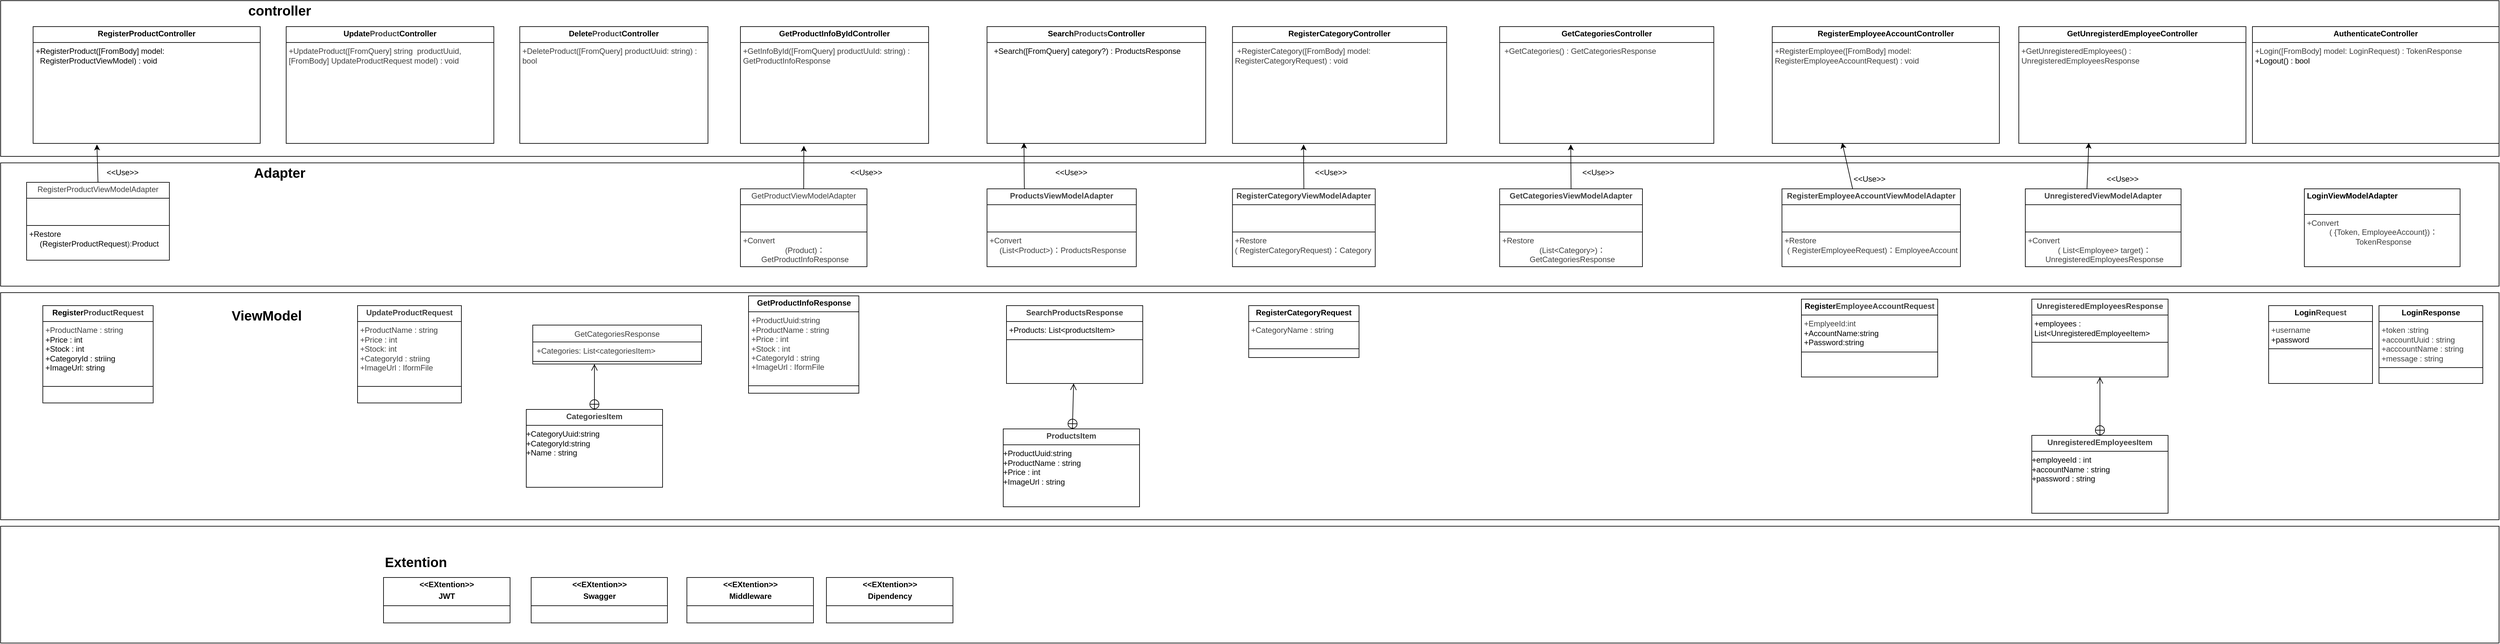
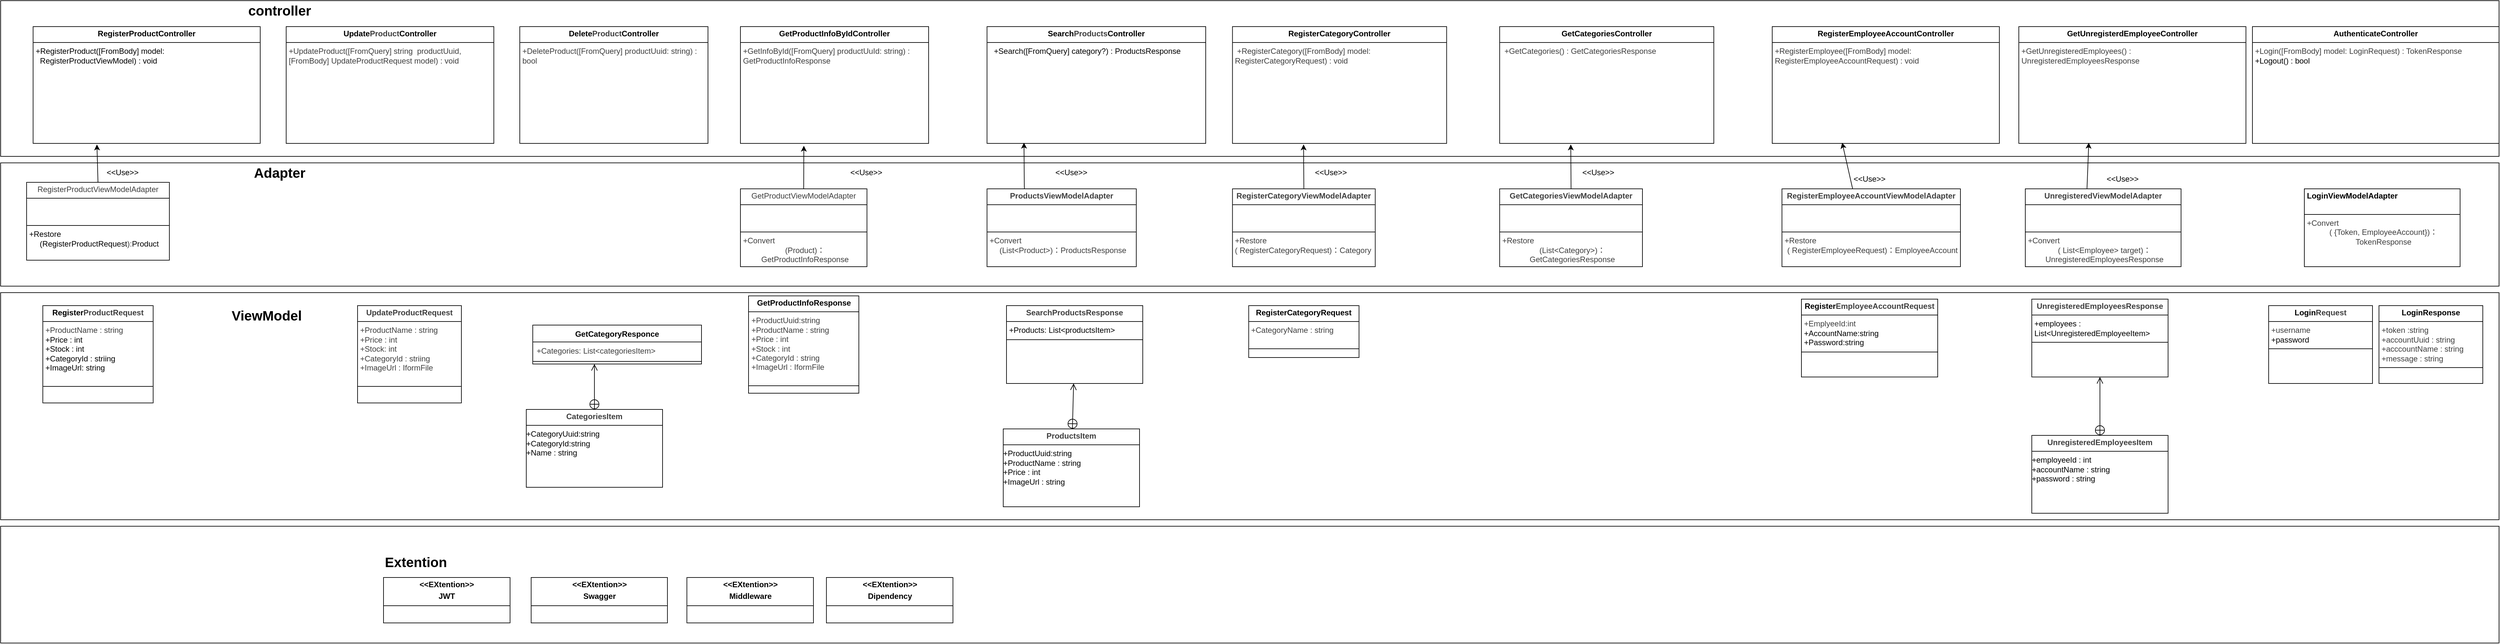
<mxfile host="65bd71144e">
    <diagram id="EApjV0AEF5bl3lN2ML2e" name="ページ1">
-         <mxGraphModel dx="2278" dy="413" grid="1" gridSize="10" guides="1" tooltips="1" connect="1" arrows="1" fold="1" page="1" pageScale="1" pageWidth="827" pageHeight="1169" math="0" shadow="0">
+         <mxGraphModel dx="2854" dy="794" grid="1" gridSize="10" guides="1" tooltips="1" connect="1" arrows="1" fold="1" page="1" pageScale="1" pageWidth="827" pageHeight="1169" math="0" shadow="0">
            <root>
                <mxCell id="0"/>
                <mxCell id="1" parent="0"/>
                <mxCell id="115" value="" style="rounded=0;whiteSpace=wrap;html=1;" parent="1" vertex="1">
                    <mxGeometry x="-1030" y="1640" width="3850" height="180" as="geometry"/>
                </mxCell>
                <mxCell id="110" value="" style="rounded=0;whiteSpace=wrap;html=1;" parent="1" vertex="1">
                    <mxGeometry x="-1030" y="1280" width="3850" height="350" as="geometry"/>
                </mxCell>
                <mxCell id="108" value="" style="rounded=0;whiteSpace=wrap;html=1;" parent="1" vertex="1">
                    <mxGeometry x="-1030" y="830" width="3850" height="240" as="geometry"/>
                </mxCell>
                <mxCell id="66" value="" style="rounded=0;whiteSpace=wrap;html=1;" parent="1" vertex="1">
                    <mxGeometry x="-1030" y="1080" width="3850" height="190" as="geometry"/>
                </mxCell>
                <mxCell id="2" value="&lt;p style=&quot;margin:0px;margin-top:4px;text-align:center;&quot;&gt;&lt;b&gt;RegisterProductController&lt;/b&gt;&lt;/p&gt;&lt;hr size=&quot;1&quot; style=&quot;border-style:solid;&quot;&gt;&lt;p style=&quot;margin:0px;margin-left:4px;&quot;&gt;+RegisterProduct([FromBody] model:&amp;nbsp; &amp;nbsp;&amp;nbsp;&lt;/p&gt;&lt;p style=&quot;margin:0px;margin-left:4px;&quot;&gt;&amp;nbsp; RegisterProductViewModel) : void&lt;/p&gt;&lt;div&gt;&lt;br&gt;&lt;/div&gt;" style="verticalAlign=top;align=left;overflow=fill;html=1;whiteSpace=wrap;" parent="1" vertex="1">
                    <mxGeometry x="-980" y="870" width="350" height="180" as="geometry"/>
                </mxCell>
                <mxCell id="3" value="&lt;p style=&quot;margin:0px;margin-top:4px;text-align:center;&quot;&gt;&lt;b&gt;Register&lt;span style=&quot;color: rgb(63, 63, 63);&quot;&gt;ProductRequest&lt;/span&gt;&lt;/b&gt;&lt;/p&gt;&lt;hr size=&quot;1&quot; style=&quot;border-style:solid;&quot;&gt;&lt;p style=&quot;margin:0px;margin-left:4px;&quot;&gt;&lt;span style=&quot;color: rgb(63, 63, 63); background-color: transparent;&quot;&gt;+ProductName : string&lt;/span&gt;&lt;/p&gt;&lt;p style=&quot;margin:0px;margin-left:4px;&quot;&gt;+Price : int&lt;/p&gt;&lt;p style=&quot;margin:0px;margin-left:4px;&quot;&gt;+Stock : int&lt;/p&gt;&lt;p style=&quot;margin:0px;margin-left:4px;&quot;&gt;+CategoryId : striing&lt;/p&gt;&lt;p style=&quot;margin:0px;margin-left:4px;&quot;&gt;+ImageUrl: string&lt;/p&gt;&lt;p style=&quot;margin:0px;margin-left:4px;&quot;&gt;&lt;br&gt;&lt;/p&gt;&lt;hr size=&quot;1&quot; style=&quot;border-style:solid;&quot;&gt;&lt;p style=&quot;margin:0px;margin-left:4px;&quot;&gt;&lt;br&gt;&lt;/p&gt;" style="verticalAlign=top;align=left;overflow=fill;html=1;whiteSpace=wrap;" parent="1" vertex="1">
                    <mxGeometry x="-965" y="1300" width="170" height="150" as="geometry"/>
                </mxCell>
                <mxCell id="4" value="&lt;p style=&quot;margin:0px;margin-top:4px;text-align:center;&quot;&gt;&lt;span style=&quot;color: rgb(63, 63, 63); background-color: transparent;&quot;&gt;Register&lt;span style=&quot;color: rgb(63, 63, 63); scrollbar-color: rgb(226, 226, 226) rgb(251, 251, 251);&quot;&gt;Product&lt;/span&gt;ViewModelAdapter&lt;/span&gt;&lt;/p&gt;&lt;hr size=&quot;1&quot; style=&quot;border-style:solid;&quot;&gt;&lt;p style=&quot;margin:0px;margin-left:4px;&quot;&gt;&lt;br&gt;&lt;/p&gt;&lt;p style=&quot;margin:0px;margin-left:4px;&quot;&gt;&lt;br&gt;&lt;/p&gt;&lt;hr size=&quot;1&quot; style=&quot;border-style:solid;&quot;&gt;&lt;p style=&quot;margin:0px;margin-left:4px;&quot;&gt;+Restore&lt;/p&gt;&lt;p style=&quot;text-align: center; margin: 0px 0px 0px 4px;&quot;&gt;&lt;span style=&quot;background-color: transparent;&quot;&gt;(RegisterProductRequest&lt;/span&gt;&lt;span style=&quot;background-color: transparent; color: rgb(63, 63, 63);&quot;&gt;):&lt;/span&gt;&lt;span style=&quot;background-color: transparent;&quot;&gt;Product&lt;/span&gt;&lt;/p&gt;" style="verticalAlign=top;align=left;overflow=fill;html=1;whiteSpace=wrap;" parent="1" vertex="1">
                    <mxGeometry x="-990" y="1110" width="220" height="120" as="geometry"/>
                </mxCell>
                <mxCell id="5" value="&lt;p style=&quot;margin:0px;margin-top:4px;text-align:center;&quot;&gt;&lt;b&gt;Update&lt;/b&gt;&lt;b style=&quot;color: rgb(63, 63, 63); scrollbar-color: rgb(226, 226, 226) rgb(251, 251, 251);&quot;&gt;Product&lt;/b&gt;&lt;b&gt;Controller&lt;/b&gt;&lt;/p&gt;&lt;hr size=&quot;1&quot; style=&quot;border-style:solid;&quot;&gt;&lt;p style=&quot;margin:0px;margin-left:4px;&quot;&gt;&lt;/p&gt;&lt;p style=&quot;margin:0px;margin-left:4px;&quot;&gt;&lt;span style=&quot;color: rgb(63, 63, 63); background-color: transparent;&quot;&gt;+UpdateProduct([FromQuery] string&amp;nbsp; productUuid,&amp;nbsp; [FromBody] UpdateProductRequest model) : void&lt;/span&gt;&lt;/p&gt;" style="verticalAlign=top;align=left;overflow=fill;html=1;whiteSpace=wrap;" parent="1" vertex="1">
                    <mxGeometry x="-590" y="870" width="320" height="180" as="geometry"/>
                </mxCell>
                <mxCell id="6" value="&lt;p style=&quot;margin:0px;margin-top:4px;text-align:center;&quot;&gt;&lt;b&gt;Delete&lt;/b&gt;&lt;b style=&quot;color: rgb(63, 63, 63); scrollbar-color: rgb(226, 226, 226) rgb(251, 251, 251);&quot;&gt;Product&lt;/b&gt;&lt;b&gt;Controller&lt;/b&gt;&lt;/p&gt;&lt;hr size=&quot;1&quot; style=&quot;border-style:solid;&quot;&gt;&lt;p style=&quot;color: rgb(63, 63, 63); scrollbar-color: rgb(226, 226, 226) rgb(251, 251, 251); margin: 0px 0px 0px 4px;&quot;&gt;&lt;span style=&quot;background-color: transparent;&quot;&gt;+DeleteProduct([FromQuery] productUuid: string) : bool&lt;/span&gt;&lt;/p&gt;" style="verticalAlign=top;align=left;overflow=fill;html=1;whiteSpace=wrap;" parent="1" vertex="1">
                    <mxGeometry x="-230" y="870" width="290" height="180" as="geometry"/>
                </mxCell>
                <mxCell id="7" value="&lt;p style=&quot;margin:0px;margin-top:4px;text-align:center;&quot;&gt;&lt;b&gt;Search&lt;/b&gt;&lt;b style=&quot;color: rgb(63, 63, 63); scrollbar-color: rgb(226, 226, 226) rgb(251, 251, 251);&quot;&gt;Products&lt;/b&gt;&lt;b&gt;Controller&lt;/b&gt;&lt;/p&gt;&lt;hr size=&quot;1&quot; style=&quot;border-style:solid;&quot;&gt;&lt;p style=&quot;margin:0px;margin-left:4px;&quot;&gt;&amp;nbsp; +Search([FromQuery] category?) : ProductsResponse&lt;/p&gt;" style="verticalAlign=top;align=left;overflow=fill;html=1;whiteSpace=wrap;" parent="1" vertex="1">
                    <mxGeometry x="490" y="870" width="337" height="180" as="geometry"/>
                </mxCell>
                <mxCell id="8" value="&lt;p style=&quot;margin:0px;margin-top:4px;text-align:center;&quot;&gt;&lt;b&gt;RegisterEmployeeAccountController&lt;/b&gt;&lt;/p&gt;&lt;hr size=&quot;1&quot; style=&quot;border-style:solid;&quot;&gt;&lt;p style=&quot;margin:0px;margin-left:4px;&quot;&gt;&lt;span style=&quot;color: rgb(63, 63, 63); background-color: transparent;&quot;&gt;+RegisterEmployee([FromBody] model: RegisterEmployeeAccountRequest) : void&lt;/span&gt;&lt;/p&gt;&lt;div&gt;&lt;br&gt;&lt;/div&gt;" style="verticalAlign=top;align=left;overflow=fill;html=1;whiteSpace=wrap;" parent="1" vertex="1">
                    <mxGeometry x="1700" y="870" width="350" height="180" as="geometry"/>
                </mxCell>
                <mxCell id="9" value="&lt;p style=&quot;margin:0px;margin-top:4px;text-align:center;&quot;&gt;&lt;b&gt;AuthenticateController&lt;/b&gt;&lt;/p&gt;&lt;hr size=&quot;1&quot; style=&quot;border-style:solid;&quot;&gt;&lt;p style=&quot;margin:0px;margin-left:4px;&quot;&gt;&lt;span style=&quot;color: rgb(63, 63, 63); background-color: transparent;&quot;&gt;+Login([FromBody] model: LoginRequest) : TokenResponse&amp;nbsp;&lt;/span&gt;&lt;/p&gt;&lt;p style=&quot;margin:0px;margin-left:4px;&quot;&gt;+Logout() : bool&lt;/p&gt;" style="verticalAlign=top;align=left;overflow=fill;html=1;whiteSpace=wrap;" parent="1" vertex="1">
                    <mxGeometry x="2440" y="870" width="380" height="180" as="geometry"/>
                </mxCell>
                <mxCell id="10" value="&lt;p style=&quot;margin:0px;margin-top:4px;text-align:center;&quot;&gt;&lt;b&gt;&lt;span style=&quot;background-color: transparent; color: rgb(63, 63, 63); scrollbar-color: rgb(226, 226, 226) rgb(251, 251, 251);&quot;&gt;Update&lt;/span&gt;&lt;span style=&quot;color: rgb(63, 63, 63);&quot;&gt;ProductRequest&lt;/span&gt;&lt;/b&gt;&lt;/p&gt;&lt;hr size=&quot;1&quot; style=&quot;border-style:solid;&quot;&gt;&lt;p style=&quot;color: rgb(63, 63, 63); scrollbar-color: rgb(226, 226, 226) rgb(251, 251, 251); margin: 0px 0px 0px 4px;&quot;&gt;&lt;span style=&quot;scrollbar-color: rgb(226, 226, 226) rgb(251, 251, 251); background-color: transparent; color: rgb(63, 63, 63);&quot;&gt;+ProductName : string&lt;/span&gt;&lt;/p&gt;&lt;p style=&quot;color: rgb(63, 63, 63); scrollbar-color: rgb(226, 226, 226) rgb(251, 251, 251); margin: 0px 0px 0px 4px;&quot;&gt;+Price : int&lt;/p&gt;&lt;p style=&quot;color: rgb(63, 63, 63); scrollbar-color: rgb(226, 226, 226) rgb(251, 251, 251); margin: 0px 0px 0px 4px;&quot;&gt;+Stock: int&lt;/p&gt;&lt;p style=&quot;color: rgb(63, 63, 63); scrollbar-color: rgb(226, 226, 226) rgb(251, 251, 251); margin: 0px 0px 0px 4px;&quot;&gt;+CategoryId : striing&lt;/p&gt;&lt;p style=&quot;color: rgb(63, 63, 63); scrollbar-color: rgb(226, 226, 226) rgb(251, 251, 251); margin: 0px 0px 0px 4px;&quot;&gt;+ImageUrl : IformFile&lt;/p&gt;&lt;p style=&quot;color: rgb(63, 63, 63); scrollbar-color: rgb(226, 226, 226) rgb(251, 251, 251); margin: 0px 0px 0px 4px;&quot;&gt;&lt;br style=&quot;color: rgb(63, 63, 63); scrollbar-color: rgb(226, 226, 226) rgb(251, 251, 251);&quot;&gt;&lt;/p&gt;&lt;hr size=&quot;1&quot; style=&quot;border-style:solid;&quot;&gt;&lt;p style=&quot;margin:0px;margin-left:4px;&quot;&gt;&lt;br&gt;&lt;/p&gt;" style="verticalAlign=top;align=left;overflow=fill;html=1;whiteSpace=wrap;" parent="1" vertex="1">
                    <mxGeometry x="-480" y="1300" width="160" height="150" as="geometry"/>
                </mxCell>
                <mxCell id="12" value="&lt;p style=&quot;margin:0px;margin-top:4px;text-align:center;&quot;&gt;&lt;b&gt;Register&lt;/b&gt;&lt;b style=&quot;scrollbar-color: rgb(226, 226, 226) rgb(251, 251, 251); background-color: transparent; color: rgb(63, 63, 63);&quot;&gt;EmployeeAccountRequest&lt;/b&gt;&lt;/p&gt;&lt;hr size=&quot;1&quot; style=&quot;border-style:solid;&quot;&gt;&lt;p style=&quot;margin:0px;margin-left:4px;&quot;&gt;&lt;span style=&quot;color: rgb(63, 63, 63); background-color: transparent;&quot;&gt;+EmplyeeId:int&lt;/span&gt;&lt;/p&gt;&lt;p style=&quot;margin:0px;margin-left:4px;&quot;&gt;+AccountName:string&lt;/p&gt;&lt;p style=&quot;margin:0px;margin-left:4px;&quot;&gt;+Password:string&lt;/p&gt;&lt;hr size=&quot;1&quot; style=&quot;border-style:solid;&quot;&gt;&lt;p style=&quot;margin:0px;margin-left:4px;&quot;&gt;&lt;br&gt;&lt;/p&gt;" style="verticalAlign=top;align=left;overflow=fill;html=1;whiteSpace=wrap;" parent="1" vertex="1">
                    <mxGeometry x="1745" y="1290" width="210" height="120" as="geometry"/>
                </mxCell>
                <mxCell id="13" value="&lt;p style=&quot;margin:0px;margin-top:4px;text-align:center;&quot;&gt;&lt;b style=&quot;color: rgb(63, 63, 63); background-color: transparent;&quot;&gt;Register&lt;span style=&quot;color: rgb(63, 63, 63);&quot;&gt;EmployeeAccount&lt;/span&gt;ViewModelAdapter&lt;/b&gt;&lt;/p&gt;&lt;hr size=&quot;1&quot; style=&quot;border-style:solid;&quot;&gt;&lt;p style=&quot;margin:0px;margin-left:4px;&quot;&gt;&lt;br&gt;&lt;/p&gt;&lt;p style=&quot;margin:0px;margin-left:4px;&quot;&gt;&lt;br&gt;&lt;/p&gt;&lt;hr size=&quot;1&quot; style=&quot;border-style:solid;&quot;&gt;&lt;p style=&quot;margin:0px;margin-left:4px;&quot;&gt;&lt;span style=&quot;color: rgb(63, 63, 63); scrollbar-color: rgb(226, 226, 226) rgb(251, 251, 251); background-color: transparent;&quot;&gt;+Restore&lt;/span&gt;&lt;/p&gt;&lt;p style=&quot;text-align: center; margin: 0px 0px 0px 4px;&quot;&gt;&lt;span style=&quot;color: rgb(63, 63, 63); scrollbar-color: rgb(226, 226, 226) rgb(251, 251, 251); background-color: transparent;&quot;&gt;(&lt;/span&gt;&lt;span style=&quot;scrollbar-color: rgb(226, 226, 226) rgb(251, 251, 251); background-color: transparent; text-align: center; color: rgb(63, 63, 63);&quot;&gt;&amp;nbsp;RegisterEmployeeRequest&lt;/span&gt;&lt;span style=&quot;background-color: transparent; scrollbar-color: rgb(226, 226, 226) rgb(251, 251, 251); color: rgb(63, 63, 63);&quot;&gt;)&lt;/span&gt;&lt;span style=&quot;background-color: transparent; color: rgb(63, 63, 63);&quot;&gt;：EmployeeAccount&lt;/span&gt;&lt;/p&gt;" style="verticalAlign=top;align=left;overflow=fill;html=1;whiteSpace=wrap;" parent="1" vertex="1">
                    <mxGeometry x="1715" y="1120" width="275" height="120" as="geometry"/>
                </mxCell>
                <mxCell id="16" value="&lt;p style=&quot;margin:0px;margin-top:4px;text-align:center;&quot;&gt;&lt;b&gt;Login&lt;span style=&quot;color: rgb(63, 63, 63);&quot;&gt;Request&lt;/span&gt;&lt;/b&gt;&lt;/p&gt;&lt;hr size=&quot;1&quot; style=&quot;border-style:solid;&quot;&gt;&lt;p style=&quot;margin:0px;margin-left:4px;&quot;&gt;&lt;span style=&quot;color: rgb(63, 63, 63); background-color: transparent;&quot;&gt;+username&lt;/span&gt;&lt;/p&gt;&lt;p style=&quot;margin:0px;margin-left:4px;&quot;&gt;+password&lt;/p&gt;&lt;hr size=&quot;1&quot; style=&quot;border-style:solid;&quot;&gt;&lt;p style=&quot;margin:0px;margin-left:4px;&quot;&gt;&lt;br&gt;&lt;/p&gt;" style="verticalAlign=top;align=left;overflow=fill;html=1;whiteSpace=wrap;" parent="1" vertex="1">
                    <mxGeometry x="2465" y="1300" width="160" height="120" as="geometry"/>
                </mxCell>
                <mxCell id="17" value="&lt;p style=&quot;margin:0px;margin-top:4px;text-align:center;&quot;&gt;&lt;b&gt;LoginResponse&lt;/b&gt;&lt;/p&gt;&lt;hr size=&quot;1&quot; style=&quot;border-style:solid;&quot;&gt;&lt;p style=&quot;margin:0px;margin-left:4px;&quot;&gt;&lt;span style=&quot;color: rgb(63, 63, 63); background-color: transparent;&quot;&gt;+token :string&lt;/span&gt;&lt;/p&gt;&lt;p style=&quot;margin:0px;margin-left:4px;&quot;&gt;&lt;span style=&quot;color: rgb(63, 63, 63); background-color: transparent;&quot;&gt;+accountUuid : string&lt;/span&gt;&lt;/p&gt;&lt;p style=&quot;margin:0px;margin-left:4px;&quot;&gt;&lt;span style=&quot;color: rgb(63, 63, 63); background-color: transparent;&quot;&gt;+acccountName : string&lt;/span&gt;&lt;/p&gt;&lt;p style=&quot;margin:0px;margin-left:4px;&quot;&gt;&lt;span style=&quot;color: rgb(63, 63, 63); background-color: transparent;&quot;&gt;+message : string&lt;/span&gt;&lt;/p&gt;&lt;hr size=&quot;1&quot; style=&quot;border-style:solid;&quot;&gt;&lt;p style=&quot;margin:0px;margin-left:4px;&quot;&gt;&lt;br&gt;&lt;/p&gt;" style="verticalAlign=top;align=left;overflow=fill;html=1;whiteSpace=wrap;" parent="1" vertex="1">
                    <mxGeometry x="2635" y="1300" width="160" height="120" as="geometry"/>
                </mxCell>
                <mxCell id="18" value="&lt;p style=&quot;margin:0px;margin-top:4px;text-align:center;&quot;&gt;&lt;b&gt;&amp;lt;&amp;lt;EXtention&amp;gt;&amp;gt;&lt;/b&gt;&lt;/p&gt;&lt;p style=&quot;margin:0px;margin-top:4px;text-align:center;&quot;&gt;&lt;b&gt;JWT&lt;/b&gt;&lt;/p&gt;&lt;hr size=&quot;1&quot; style=&quot;border-style:solid;&quot;&gt;&lt;p style=&quot;margin:0px;margin-left:4px;&quot;&gt;&lt;br&gt;&lt;/p&gt;&lt;p style=&quot;margin:0px;margin-left:4px;&quot;&gt;&lt;br&gt;&lt;/p&gt;&lt;hr size=&quot;1&quot; style=&quot;border-style:solid;&quot;&gt;&lt;p style=&quot;margin:0px;margin-left:4px;&quot;&gt;&lt;br&gt;&lt;/p&gt;&lt;p style=&quot;margin:0px;margin-left:4px;&quot;&gt;&lt;br&gt;&lt;/p&gt;" style="verticalAlign=top;align=left;overflow=fill;html=1;whiteSpace=wrap;" parent="1" vertex="1">
                    <mxGeometry x="-440" y="1719" width="195" height="70" as="geometry"/>
                </mxCell>
                <mxCell id="19" value="&lt;p style=&quot;margin:0px;margin-top:4px;text-align:center;&quot;&gt;&lt;b&gt;&amp;lt;&amp;lt;EXtention&amp;gt;&amp;gt;&lt;/b&gt;&lt;/p&gt;&lt;p style=&quot;margin:0px;margin-top:4px;text-align:center;&quot;&gt;&lt;b&gt;Swagger&lt;/b&gt;&lt;/p&gt;&lt;hr size=&quot;1&quot; style=&quot;border-style:solid;&quot;&gt;&lt;p style=&quot;margin:0px;margin-left:4px;&quot;&gt;&lt;br&gt;&lt;/p&gt;&lt;p style=&quot;margin:0px;margin-left:4px;&quot;&gt;&lt;br&gt;&lt;/p&gt;&lt;hr size=&quot;1&quot; style=&quot;border-style:solid;&quot;&gt;&lt;p style=&quot;margin:0px;margin-left:4px;&quot;&gt;&lt;br&gt;&lt;/p&gt;" style="verticalAlign=top;align=left;overflow=fill;html=1;whiteSpace=wrap;" parent="1" vertex="1">
                    <mxGeometry x="-212.5" y="1719" width="210" height="70" as="geometry"/>
                </mxCell>
                <mxCell id="20" value="&lt;p style=&quot;margin:0px;margin-top:4px;text-align:center;&quot;&gt;&lt;b&gt;&amp;lt;&amp;lt;EXtention&amp;gt;&amp;gt;&lt;/b&gt;&lt;/p&gt;&lt;p style=&quot;margin:0px;margin-top:4px;text-align:center;&quot;&gt;&lt;b&gt;Middleware&lt;/b&gt;&lt;/p&gt;&lt;hr size=&quot;1&quot; style=&quot;border-style:solid;&quot;&gt;&lt;p style=&quot;margin:0px;margin-left:4px;&quot;&gt;&lt;br&gt;&lt;/p&gt;&lt;hr size=&quot;1&quot; style=&quot;border-style:solid;&quot;&gt;&lt;p style=&quot;margin:0px;margin-left:4px;&quot;&gt;&lt;br&gt;&lt;/p&gt;" style="verticalAlign=top;align=left;overflow=fill;html=1;whiteSpace=wrap;" parent="1" vertex="1">
                    <mxGeometry x="27.5" y="1719" width="195" height="70" as="geometry"/>
                </mxCell>
                <mxCell id="21" value="&lt;p style=&quot;margin:0px;margin-top:4px;text-align:center;&quot;&gt;&lt;b&gt;&amp;lt;&amp;lt;EXtention&amp;gt;&amp;gt;&lt;/b&gt;&lt;/p&gt;&lt;p style=&quot;margin:0px;margin-top:4px;text-align:center;&quot;&gt;&lt;b&gt;Dipendency&lt;/b&gt;&lt;/p&gt;&lt;hr size=&quot;1&quot; style=&quot;border-style:solid;&quot;&gt;&lt;p style=&quot;margin:0px;margin-left:4px;&quot;&gt;&lt;br&gt;&lt;/p&gt;&lt;hr size=&quot;1&quot; style=&quot;border-style:solid;&quot;&gt;&lt;p style=&quot;margin:0px;margin-left:4px;&quot;&gt;&lt;br&gt;&lt;/p&gt;&lt;p style=&quot;margin:0px;margin-left:4px;&quot;&gt;&lt;br&gt;&lt;/p&gt;" style="verticalAlign=top;align=left;overflow=fill;html=1;whiteSpace=wrap;" parent="1" vertex="1">
                    <mxGeometry x="242.5" y="1719" width="195" height="70" as="geometry"/>
                </mxCell>
                <mxCell id="22" value="&lt;p style=&quot;margin:0px;margin-top:4px;text-align:center;&quot;&gt;&lt;b&gt;RegisterCategoryController&lt;/b&gt;&lt;/p&gt;&lt;hr size=&quot;1&quot; style=&quot;border-style:solid;&quot;&gt;&lt;p style=&quot;margin:0px;margin-left:4px;&quot;&gt;&lt;/p&gt;&lt;p style=&quot;margin:0px;margin-left:4px;&quot;&gt;&lt;span style=&quot;color: rgb(63, 63, 63); background-color: transparent;&quot;&gt;&amp;nbsp;+RegisterCategory([FromBody] model: RegisterCategoryRequest) : void&lt;/span&gt;&lt;/p&gt;" style="verticalAlign=top;align=left;overflow=fill;html=1;whiteSpace=wrap;" parent="1" vertex="1">
                    <mxGeometry x="868.25" y="870" width="330" height="180" as="geometry"/>
                </mxCell>
                <mxCell id="23" value="&lt;p style=&quot;margin:0px;margin-top:4px;text-align:center;&quot;&gt;&lt;b&gt;RegisterCategoryRequest&lt;/b&gt;&lt;/p&gt;&lt;hr size=&quot;1&quot; style=&quot;border-style:solid;&quot;&gt;&lt;p style=&quot;color: rgb(63, 63, 63); scrollbar-color: rgb(226, 226, 226) rgb(251, 251, 251); margin: 0px 0px 0px 4px;&quot;&gt;+CategoryName : string&lt;/p&gt;&lt;p style=&quot;margin:0px;margin-left:4px;&quot;&gt;&lt;br&gt;&lt;/p&gt;&lt;hr size=&quot;1&quot; style=&quot;border-style:solid;&quot;&gt;&lt;p style=&quot;margin:0px;margin-left:4px;&quot;&gt;&lt;br&gt;&lt;/p&gt;" style="verticalAlign=top;align=left;overflow=fill;html=1;whiteSpace=wrap;" parent="1" vertex="1">
                    <mxGeometry x="893.25" y="1300" width="170" height="80" as="geometry"/>
                </mxCell>
                <mxCell id="26" style="edgeStyle=none;html=1;exitX=0.5;exitY=0;exitDx=0;exitDy=0;entryX=0.281;entryY=1.009;entryDx=0;entryDy=0;entryPerimeter=0;" parent="1" source="4" target="2" edge="1">
                    <mxGeometry relative="1" as="geometry"/>
                </mxCell>
                <mxCell id="31" value="&lt;p style=&quot;margin:0px;margin-top:4px;text-align:center;&quot;&gt;&lt;b style=&quot;color: rgb(63, 63, 63); background-color: transparent;&quot;&gt;RegisterCategoryViewModelAdapter&lt;/b&gt;&lt;/p&gt;&lt;hr size=&quot;1&quot; style=&quot;border-style:solid;&quot;&gt;&lt;p style=&quot;margin:0px;margin-left:4px;&quot;&gt;&lt;br&gt;&lt;/p&gt;&lt;p style=&quot;margin:0px;margin-left:4px;&quot;&gt;&lt;br&gt;&lt;/p&gt;&lt;hr size=&quot;1&quot; style=&quot;border-style:solid;&quot;&gt;&lt;p style=&quot;margin:0px;margin-left:4px;&quot;&gt;&lt;span style=&quot;color: rgb(63, 63, 63); scrollbar-color: rgb(226, 226, 226) rgb(251, 251, 251); background-color: transparent;&quot;&gt;+Restore&lt;/span&gt;&lt;/p&gt;&lt;p style=&quot;margin:0px;margin-left:4px;&quot;&gt;&lt;span style=&quot;color: rgb(63, 63, 63); scrollbar-color: rgb(226, 226, 226) rgb(251, 251, 251); background-color: transparent;&quot;&gt;(&lt;/span&gt;&lt;span style=&quot;scrollbar-color: rgb(226, 226, 226) rgb(251, 251, 251); background-color: transparent; text-align: center; color: rgb(63, 63, 63);&quot;&gt;&amp;nbsp;RegisterCategoryRequest&lt;/span&gt;&lt;span style=&quot;background-color: transparent; scrollbar-color: rgb(226, 226, 226) rgb(251, 251, 251); color: rgb(63, 63, 63);&quot;&gt;)&lt;/span&gt;&lt;span style=&quot;background-color: transparent; color: rgb(63, 63, 63);&quot;&gt;：Category&lt;/span&gt;&lt;/p&gt;" style="verticalAlign=top;align=left;overflow=fill;html=1;whiteSpace=wrap;" parent="1" vertex="1">
                    <mxGeometry x="868.25" y="1120" width="220" height="120" as="geometry"/>
                </mxCell>
                <mxCell id="33" style="edgeStyle=none;html=1;exitX=0.5;exitY=0;exitDx=0;exitDy=0;entryX=0.332;entryY=1.009;entryDx=0;entryDy=0;entryPerimeter=0;" parent="1" source="31" target="22" edge="1">
                    <mxGeometry relative="1" as="geometry"/>
                </mxCell>
                <mxCell id="34" style="edgeStyle=none;html=1;exitX=0.396;exitY=0;exitDx=0;exitDy=0;entryX=0.308;entryY=0.994;entryDx=0;entryDy=0;entryPerimeter=0;exitPerimeter=0;" parent="1" source="13" target="8" edge="1">
                    <mxGeometry relative="1" as="geometry"/>
                </mxCell>
                <mxCell id="38" value="&amp;lt;&amp;lt;Use&amp;gt;&amp;gt;" style="text;html=1;align=center;verticalAlign=middle;whiteSpace=wrap;rounded=0;" parent="1" vertex="1">
                    <mxGeometry x="1820" y="1090" width="60" height="30" as="geometry"/>
                </mxCell>
                <mxCell id="39" value="&amp;lt;&amp;lt;Use&amp;gt;&amp;gt;" style="text;html=1;align=center;verticalAlign=middle;whiteSpace=wrap;rounded=0;" parent="1" vertex="1">
                    <mxGeometry x="990" y="1080" width="60" height="30" as="geometry"/>
                </mxCell>
                <mxCell id="42" value="&amp;lt;&amp;lt;Use&amp;gt;&amp;gt;" style="text;html=1;align=center;verticalAlign=middle;whiteSpace=wrap;rounded=0;" parent="1" vertex="1">
                    <mxGeometry x="-871.75" y="1080" width="60" height="30" as="geometry"/>
                </mxCell>
                <mxCell id="47" value="controller" style="text;html=1;align=center;verticalAlign=middle;whiteSpace=wrap;rounded=0;fontStyle=1;fontSize=21;" parent="1" vertex="1">
                    <mxGeometry x="-630" y="830" width="60" height="30" as="geometry"/>
                </mxCell>
                <mxCell id="64" value="Adapter" style="text;html=1;align=center;verticalAlign=middle;whiteSpace=wrap;rounded=0;fontStyle=1;fontSize=21;" parent="1" vertex="1">
                    <mxGeometry x="-630" y="1080" width="60" height="30" as="geometry"/>
                </mxCell>
                <mxCell id="67" value="ViewModel" style="text;html=1;align=center;verticalAlign=middle;whiteSpace=wrap;rounded=0;fontStyle=1;fontSize=21;" parent="1" vertex="1">
                    <mxGeometry x="-650" y="1300" width="60" height="30" as="geometry"/>
                </mxCell>
                <mxCell id="68" value="Extention" style="text;html=1;align=center;verticalAlign=middle;whiteSpace=wrap;rounded=0;fontStyle=1;fontSize=21;" parent="1" vertex="1">
                    <mxGeometry x="-420" y="1680" width="60" height="30" as="geometry"/>
                </mxCell>
                <mxCell id="80" value="&lt;p style=&quot;margin:0px;margin-top:4px;text-align:center;&quot;&gt;&lt;span style=&quot;color: rgb(63, 63, 63); background-color: transparent;&quot;&gt;&lt;b&gt;&lt;span style=&quot;color: rgb(63, 63, 63);&quot;&gt;Products&lt;/span&gt;ViewModelAdapter&lt;/b&gt;&lt;/span&gt;&lt;/p&gt;&lt;hr size=&quot;1&quot; style=&quot;border-style:solid;&quot;&gt;&lt;p style=&quot;margin:0px;margin-left:4px;&quot;&gt;&lt;br&gt;&lt;/p&gt;&lt;p style=&quot;margin:0px;margin-left:4px;&quot;&gt;&lt;br&gt;&lt;/p&gt;&lt;hr size=&quot;1&quot; style=&quot;border-style:solid;&quot;&gt;&lt;p style=&quot;margin:0px;margin-left:4px;&quot;&gt;&lt;span style=&quot;color: rgb(63, 63, 63); scrollbar-color: rgb(226, 226, 226) rgb(251, 251, 251); background-color: transparent;&quot;&gt;+Convert&lt;/span&gt;&lt;/p&gt;&lt;p style=&quot;text-align: center; margin: 0px 0px 0px 4px;&quot;&gt;&lt;span style=&quot;color: rgb(63, 63, 63); scrollbar-color: rgb(226, 226, 226) rgb(251, 251, 251); background-color: transparent;&quot;&gt;(List&amp;lt;Product&amp;gt;&lt;/span&gt;&lt;span style=&quot;background-color: transparent; scrollbar-color: rgb(226, 226, 226) rgb(251, 251, 251); color: rgb(63, 63, 63);&quot;&gt;)&lt;/span&gt;&lt;span style=&quot;background-color: transparent; color: rgb(63, 63, 63);&quot;&gt;：&lt;/span&gt;&lt;span style=&quot;background-color: transparent; scrollbar-color: rgb(226, 226, 226) rgb(251, 251, 251); color: rgb(63, 63, 63);&quot;&gt;ProductsResponse&lt;/span&gt;&lt;/p&gt;" style="verticalAlign=top;align=left;overflow=fill;html=1;whiteSpace=wrap;" parent="1" vertex="1">
                    <mxGeometry x="490" y="1120" width="230" height="120" as="geometry"/>
                </mxCell>
                <mxCell id="81" value="&amp;lt;&amp;lt;Use&amp;gt;&amp;gt;" style="text;html=1;align=center;verticalAlign=middle;whiteSpace=wrap;rounded=0;" parent="1" vertex="1">
                    <mxGeometry x="590" y="1080" width="60" height="30" as="geometry"/>
                </mxCell>
                <mxCell id="82" style="edgeStyle=none;html=1;exitX=0.25;exitY=0;exitDx=0;exitDy=0;entryX=0.169;entryY=0.994;entryDx=0;entryDy=0;entryPerimeter=0;" parent="1" source="80" target="7" edge="1">
                    <mxGeometry relative="1" as="geometry"/>
                </mxCell>
                <mxCell id="84" value="&lt;p style=&quot;margin:0px;margin-top:4px;text-align:center;&quot;&gt;&lt;b&gt;GetUnregisterdEmployeeController&lt;/b&gt;&lt;/p&gt;&lt;hr size=&quot;1&quot; style=&quot;border-style:solid;&quot;&gt;&lt;p style=&quot;margin:0px;margin-left:4px;&quot;&gt;&lt;span style=&quot;color: rgb(63, 63, 63); background-color: transparent;&quot;&gt;+GetUnregisteredEmployees() : UnregisteredEmployeesResponse&lt;/span&gt;&lt;/p&gt;&lt;div&gt;&lt;br&gt;&lt;/div&gt;" style="verticalAlign=top;align=left;overflow=fill;html=1;whiteSpace=wrap;" parent="1" vertex="1">
                    <mxGeometry x="2080" y="870" width="350" height="180" as="geometry"/>
                </mxCell>
                <mxCell id="85" value="&lt;p style=&quot;margin:0px;margin-top:4px;text-align:center;&quot;&gt;&lt;b style=&quot;color: rgb(63, 63, 63); background-color: transparent;&quot;&gt;UnregisteredViewModelAdapter&lt;/b&gt;&lt;/p&gt;&lt;hr size=&quot;1&quot; style=&quot;border-style:solid;&quot;&gt;&lt;p style=&quot;margin:0px;margin-left:4px;&quot;&gt;&lt;br&gt;&lt;/p&gt;&lt;p style=&quot;margin:0px;margin-left:4px;&quot;&gt;&lt;br&gt;&lt;/p&gt;&lt;hr size=&quot;1&quot; style=&quot;border-style:solid;&quot;&gt;&lt;p style=&quot;margin:0px;margin-left:4px;&quot;&gt;&lt;span style=&quot;color: rgb(63, 63, 63); scrollbar-color: rgb(226, 226, 226) rgb(251, 251, 251); background-color: transparent;&quot;&gt;+Convert&lt;/span&gt;&lt;/p&gt;&lt;p style=&quot;text-align: center; margin: 0px 0px 0px 4px;&quot;&gt;&lt;span style=&quot;color: rgb(63, 63, 63); scrollbar-color: rgb(226, 226, 226) rgb(251, 251, 251); background-color: transparent;&quot;&gt;(&lt;/span&gt;&lt;span style=&quot;scrollbar-color: rgb(226, 226, 226) rgb(251, 251, 251); background-color: transparent; text-align: center; color: rgb(63, 63, 63);&quot;&gt;&amp;nbsp;List&amp;lt;Employee&amp;gt; target&lt;/span&gt;&lt;span style=&quot;background-color: transparent; scrollbar-color: rgb(226, 226, 226) rgb(251, 251, 251); color: rgb(63, 63, 63);&quot;&gt;)&lt;/span&gt;&lt;span style=&quot;background-color: transparent; color: rgb(63, 63, 63);&quot;&gt;：UnregisteredEmployeesResponse&lt;/span&gt;&lt;/p&gt;" style="verticalAlign=top;align=left;overflow=fill;html=1;whiteSpace=wrap;" parent="1" vertex="1">
                    <mxGeometry x="2090" y="1120" width="240" height="120" as="geometry"/>
                </mxCell>
                <mxCell id="86" style="edgeStyle=none;html=1;exitX=0.396;exitY=0;exitDx=0;exitDy=0;entryX=0.308;entryY=0.994;entryDx=0;entryDy=0;entryPerimeter=0;exitPerimeter=0;" parent="1" source="85" target="84" edge="1">
                    <mxGeometry relative="1" as="geometry"/>
                </mxCell>
                <mxCell id="87" value="&amp;lt;&amp;lt;Use&amp;gt;&amp;gt;" style="text;html=1;align=center;verticalAlign=middle;whiteSpace=wrap;rounded=0;" parent="1" vertex="1">
                    <mxGeometry x="2210" y="1090" width="60" height="30" as="geometry"/>
                </mxCell>
                <mxCell id="88" value="&lt;p style=&quot;margin:0px;margin-top:4px;text-align:center;&quot;&gt;&lt;b&gt;GetCategoriesController&lt;/b&gt;&lt;/p&gt;&lt;hr size=&quot;1&quot; style=&quot;border-style:solid;&quot;&gt;&lt;p style=&quot;margin:0px;margin-left:4px;&quot;&gt;&lt;span style=&quot;color: rgb(63, 63, 63); background-color: transparent;&quot;&gt;&amp;nbsp;+GetCategories() : GetCategoriesResponse&lt;/span&gt;&lt;/p&gt;" style="verticalAlign=top;align=left;overflow=fill;html=1;whiteSpace=wrap;" parent="1" vertex="1">
                    <mxGeometry x="1280" y="870" width="330" height="180" as="geometry"/>
                </mxCell>
                <mxCell id="89" value="&lt;p style=&quot;margin:0px;margin-top:4px;text-align:center;&quot;&gt;&lt;b style=&quot;color: rgb(63, 63, 63); background-color: transparent;&quot;&gt;GetCategoriesViewModelAdapter&lt;/b&gt;&lt;/p&gt;&lt;hr size=&quot;1&quot; style=&quot;border-style:solid;&quot;&gt;&lt;p style=&quot;margin:0px;margin-left:4px;&quot;&gt;&lt;br&gt;&lt;/p&gt;&lt;p style=&quot;margin:0px;margin-left:4px;&quot;&gt;&lt;br&gt;&lt;/p&gt;&lt;hr size=&quot;1&quot; style=&quot;border-style:solid;&quot;&gt;&lt;p style=&quot;margin:0px;margin-left:4px;&quot;&gt;&lt;span style=&quot;color: rgb(63, 63, 63); scrollbar-color: rgb(226, 226, 226) rgb(251, 251, 251); background-color: transparent;&quot;&gt;+&lt;/span&gt;&lt;span style=&quot;background-color: transparent; color: rgb(63, 63, 63);&quot;&gt;Restore&lt;/span&gt;&lt;/p&gt;&lt;p style=&quot;text-align: center; margin: 0px 0px 0px 4px;&quot;&gt;&lt;span style=&quot;color: rgb(63, 63, 63); scrollbar-color: rgb(226, 226, 226) rgb(251, 251, 251); background-color: transparent;&quot;&gt;(List&amp;lt;Category&amp;gt;&lt;/span&gt;&lt;span style=&quot;background-color: transparent; scrollbar-color: rgb(226, 226, 226) rgb(251, 251, 251); color: rgb(63, 63, 63);&quot;&gt;)&lt;/span&gt;&lt;span style=&quot;background-color: transparent; color: rgb(63, 63, 63);&quot;&gt;：GetCategoriesResponse&lt;/span&gt;&lt;/p&gt;" style="verticalAlign=top;align=left;overflow=fill;html=1;whiteSpace=wrap;" parent="1" vertex="1">
                    <mxGeometry x="1280" y="1120" width="220" height="120" as="geometry"/>
                </mxCell>
                <mxCell id="90" style="edgeStyle=none;html=1;exitX=0.5;exitY=0;exitDx=0;exitDy=0;entryX=0.332;entryY=1.009;entryDx=0;entryDy=0;entryPerimeter=0;" parent="1" source="89" target="88" edge="1">
                    <mxGeometry relative="1" as="geometry"/>
                </mxCell>
                <mxCell id="91" value="&amp;lt;&amp;lt;Use&amp;gt;&amp;gt;" style="text;html=1;align=center;verticalAlign=middle;whiteSpace=wrap;rounded=0;" parent="1" vertex="1">
                    <mxGeometry x="1401.75" y="1080" width="60" height="30" as="geometry"/>
                </mxCell>
                <mxCell id="92" style="edgeStyle=none;html=1;exitX=0.5;exitY=0;exitDx=0;exitDy=0;entryX=0.337;entryY=1.02;entryDx=0;entryDy=0;entryPerimeter=0;" parent="1" source="94" target="93" edge="1">
                    <mxGeometry relative="1" as="geometry"/>
                </mxCell>
                <mxCell id="93" value="&lt;p style=&quot;margin:0px;margin-top:4px;text-align:center;&quot;&gt;&lt;b&gt;GetProductInfoByIdController&lt;/b&gt;&lt;/p&gt;&lt;hr size=&quot;1&quot; style=&quot;border-style:solid;&quot;&gt;&lt;p style=&quot;color: rgb(63, 63, 63); scrollbar-color: rgb(226, 226, 226) rgb(251, 251, 251); margin: 0px 0px 0px 4px;&quot;&gt;&lt;span style=&quot;background-color: transparent;&quot;&gt;+GetInfoById([FromQuery] productUuId: string) : GetProductInfoResponse&lt;/span&gt;&lt;/p&gt;" style="verticalAlign=top;align=left;overflow=fill;html=1;whiteSpace=wrap;" parent="1" vertex="1">
                    <mxGeometry x="110" y="870" width="290" height="180" as="geometry"/>
                </mxCell>
                <mxCell id="94" value="&lt;p style=&quot;margin:0px;margin-top:4px;text-align:center;&quot;&gt;&lt;span style=&quot;color: rgb(63, 63, 63); background-color: transparent;&quot;&gt;&lt;span style=&quot;color: rgb(63, 63, 63);&quot;&gt;GetProduct&lt;/span&gt;ViewModelAdapter&lt;/span&gt;&lt;/p&gt;&lt;hr size=&quot;1&quot; style=&quot;border-style:solid;&quot;&gt;&lt;p style=&quot;margin:0px;margin-left:4px;&quot;&gt;&lt;br&gt;&lt;/p&gt;&lt;p style=&quot;margin:0px;margin-left:4px;&quot;&gt;&lt;br&gt;&lt;/p&gt;&lt;hr size=&quot;1&quot; style=&quot;border-style:solid;&quot;&gt;&lt;p style=&quot;margin:0px;margin-left:4px;&quot;&gt;&lt;span style=&quot;color: rgb(63, 63, 63); scrollbar-color: rgb(226, 226, 226) rgb(251, 251, 251); background-color: transparent;&quot;&gt;+Convert&lt;/span&gt;&lt;/p&gt;&lt;p style=&quot;text-align: center; margin: 0px 0px 0px 4px;&quot;&gt;&lt;span style=&quot;color: rgb(63, 63, 63); scrollbar-color: rgb(226, 226, 226) rgb(251, 251, 251); background-color: transparent;&quot;&gt;(Product&lt;/span&gt;&lt;span style=&quot;background-color: transparent; scrollbar-color: rgb(226, 226, 226) rgb(251, 251, 251); color: rgb(63, 63, 63);&quot;&gt;)&lt;/span&gt;&lt;span style=&quot;background-color: transparent; color: rgb(63, 63, 63);&quot;&gt;：GetProductInfoResponse&lt;/span&gt;&lt;/p&gt;" style="verticalAlign=top;align=left;overflow=fill;html=1;whiteSpace=wrap;" parent="1" vertex="1">
                    <mxGeometry x="110" y="1120" width="195" height="120" as="geometry"/>
                </mxCell>
                <mxCell id="95" value="&amp;lt;&amp;lt;Use&amp;gt;&amp;gt;" style="text;html=1;align=center;verticalAlign=middle;whiteSpace=wrap;rounded=0;" parent="1" vertex="1">
                    <mxGeometry x="273.75" y="1080" width="60" height="30" as="geometry"/>
                </mxCell>
                <mxCell id="98" value="&lt;p style=&quot;margin:0px;margin-top:4px;text-align:center;&quot;&gt;&lt;span style=&quot;color: rgb(63, 63, 63);&quot;&gt;&lt;b&gt;UnregisteredEmployeesResponse&lt;/b&gt;&lt;/span&gt;&lt;/p&gt;&lt;hr size=&quot;1&quot; style=&quot;border-style:solid;&quot;&gt;&lt;p style=&quot;margin:0px;margin-left:4px;&quot;&gt;+employees : List&amp;lt;UnregisteredEmployeeItem&amp;gt;&amp;nbsp;&lt;/p&gt;&lt;hr size=&quot;1&quot; style=&quot;border-style:solid;&quot;&gt;&lt;p style=&quot;margin:0px;margin-left:4px;&quot;&gt;&lt;br&gt;&lt;/p&gt;" style="verticalAlign=top;align=left;overflow=fill;html=1;whiteSpace=wrap;" parent="1" vertex="1">
                    <mxGeometry x="2100" y="1290" width="210" height="120" as="geometry"/>
                </mxCell>
                <mxCell id="99" value="&lt;p style=&quot;margin:0px;margin-top:4px;text-align:center;&quot;&gt;&lt;span style=&quot;color: rgb(63, 63, 63);&quot;&gt;&lt;b&gt;UnregisteredEmployeesItem&lt;/b&gt;&lt;/span&gt;&lt;/p&gt;&lt;hr size=&quot;1&quot; style=&quot;border-style:solid;&quot;&gt;&lt;p style=&quot;margin:0px;margin-left:4px;&quot;&gt;&lt;/p&gt;&lt;p style=&quot;margin:0px;margin-left:4px;&quot;&gt;&lt;/p&gt;+employeeId : int&amp;nbsp;&lt;div&gt;+accountName : string&amp;nbsp;&lt;/div&gt;&lt;div&gt;+password : string&lt;/div&gt;" style="verticalAlign=top;align=left;overflow=fill;html=1;whiteSpace=wrap;" parent="1" vertex="1">
                    <mxGeometry x="2100" y="1500" width="210" height="120" as="geometry"/>
                </mxCell>
                <mxCell id="101" value="&lt;p style=&quot;margin:0px;margin-top:4px;text-align:center;&quot;&gt;&lt;span style=&quot;color: rgb(63, 63, 63);&quot;&gt;&lt;b&gt;SearchProductsResponse&lt;/b&gt;&lt;/span&gt;&lt;/p&gt;&lt;hr size=&quot;1&quot; style=&quot;border-style:solid;&quot;&gt;&lt;p style=&quot;margin:0px;margin-left:4px;&quot;&gt;+Products: List&amp;lt;productsItem&amp;gt;&amp;nbsp;&lt;/p&gt;&lt;hr size=&quot;1&quot; style=&quot;border-style:solid;&quot;&gt;&lt;p style=&quot;margin:0px;margin-left:4px;&quot;&gt;&lt;br&gt;&lt;/p&gt;" style="verticalAlign=top;align=left;overflow=fill;html=1;whiteSpace=wrap;" parent="1" vertex="1">
                    <mxGeometry x="520" y="1300" width="210" height="120" as="geometry"/>
                </mxCell>
                <mxCell id="102" value="&lt;p style=&quot;margin:0px;margin-top:4px;text-align:center;&quot;&gt;&lt;span style=&quot;color: rgb(63, 63, 63);&quot;&gt;&lt;b&gt;ProductsItem&lt;/b&gt;&lt;/span&gt;&lt;/p&gt;&lt;hr size=&quot;1&quot; style=&quot;border-style:solid;&quot;&gt;&lt;p style=&quot;margin:0px;margin-left:4px;&quot;&gt;&lt;/p&gt;&lt;p style=&quot;margin:0px;margin-left:4px;&quot;&gt;&lt;/p&gt;+ProductUuid:string&lt;div&gt;+ProductName : string&amp;nbsp;&lt;/div&gt;&lt;div&gt;+Price : int&lt;/div&gt;&lt;div&gt;+ImageUrl : string&lt;/div&gt;" style="verticalAlign=top;align=left;overflow=fill;html=1;whiteSpace=wrap;" parent="1" vertex="1">
                    <mxGeometry x="515" y="1490" width="210" height="120" as="geometry"/>
                </mxCell>
                <mxCell id="103" value="&lt;p style=&quot;margin:0px;margin-top:4px;text-align:center;&quot;&gt;&lt;b&gt;GetProductInfoResponse&lt;/b&gt;&lt;/p&gt;&lt;hr size=&quot;1&quot; style=&quot;border-style:solid;&quot;&gt;&lt;p style=&quot;color: rgb(63, 63, 63); scrollbar-color: rgb(226, 226, 226) rgb(251, 251, 251); margin: 0px 0px 0px 4px;&quot;&gt;&lt;span style=&quot;scrollbar-color: rgb(226, 226, 226) rgb(251, 251, 251); background-color: transparent; color: rgb(63, 63, 63);&quot;&gt;+ProductUuid:string&lt;/span&gt;&lt;/p&gt;&lt;p style=&quot;color: rgb(63, 63, 63); scrollbar-color: rgb(226, 226, 226) rgb(251, 251, 251); margin: 0px 0px 0px 4px;&quot;&gt;&lt;span style=&quot;scrollbar-color: rgb(226, 226, 226) rgb(251, 251, 251); background-color: transparent; color: rgb(63, 63, 63);&quot;&gt;+ProductName : string&lt;/span&gt;&lt;/p&gt;&lt;p style=&quot;color: rgb(63, 63, 63); scrollbar-color: rgb(226, 226, 226) rgb(251, 251, 251); margin: 0px 0px 0px 4px;&quot;&gt;+Price : int&lt;/p&gt;&lt;p style=&quot;color: rgb(63, 63, 63); scrollbar-color: rgb(226, 226, 226) rgb(251, 251, 251); margin: 0px 0px 0px 4px;&quot;&gt;+Stock : int&lt;/p&gt;&lt;p style=&quot;color: rgb(63, 63, 63); scrollbar-color: rgb(226, 226, 226) rgb(251, 251, 251); margin: 0px 0px 0px 4px;&quot;&gt;+CategoryId : string&lt;/p&gt;&lt;p style=&quot;color: rgb(63, 63, 63); scrollbar-color: rgb(226, 226, 226) rgb(251, 251, 251); margin: 0px 0px 0px 4px;&quot;&gt;+ImageUrl : IformFile&lt;/p&gt;&lt;p style=&quot;margin:0px;margin-left:4px;&quot;&gt;&lt;br&gt;&lt;/p&gt;&lt;hr size=&quot;1&quot; style=&quot;border-style:solid;&quot;&gt;&lt;p style=&quot;margin:0px;margin-left:4px;&quot;&gt;&lt;br&gt;&lt;/p&gt;" style="verticalAlign=top;align=left;overflow=fill;html=1;whiteSpace=wrap;" parent="1" vertex="1">
                    <mxGeometry x="122.5" y="1285" width="170" height="150" as="geometry"/>
                </mxCell>
                <mxCell id="105" value="&lt;p style=&quot;margin:0px;margin-top:4px;text-align:center;&quot;&gt;&lt;/p&gt;&lt;p style=&quot;margin:0px;margin-left:4px;&quot;&gt;&lt;b&gt;LoginViewModelAdapter&lt;/b&gt;&lt;/p&gt;&lt;p style=&quot;margin:0px;margin-left:4px;&quot;&gt;&lt;br&gt;&lt;/p&gt;&lt;hr size=&quot;1&quot; style=&quot;border-style:solid;&quot;&gt;&lt;p style=&quot;margin:0px;margin-left:4px;&quot;&gt;&lt;span style=&quot;color: rgb(63, 63, 63); scrollbar-color: rgb(226, 226, 226) rgb(251, 251, 251); background-color: transparent;&quot;&gt;+Convert&lt;/span&gt;&lt;/p&gt;&lt;p style=&quot;text-align: center; margin: 0px 0px 0px 4px;&quot;&gt;&lt;span style=&quot;color: rgb(63, 63, 63); scrollbar-color: rgb(226, 226, 226) rgb(251, 251, 251); background-color: transparent;&quot;&gt;(&lt;/span&gt;&lt;span style=&quot;scrollbar-color: rgb(226, 226, 226) rgb(251, 251, 251); background-color: transparent; text-align: center; color: rgb(63, 63, 63);&quot;&gt;&amp;nbsp;{Token, EmployeeAccount}&lt;/span&gt;&lt;span style=&quot;background-color: transparent; scrollbar-color: rgb(226, 226, 226) rgb(251, 251, 251); color: rgb(63, 63, 63);&quot;&gt;)&lt;/span&gt;&lt;span style=&quot;background-color: transparent; color: rgb(63, 63, 63);&quot;&gt;：TokenResponse&lt;/span&gt;&lt;/p&gt;" style="verticalAlign=top;align=left;overflow=fill;html=1;whiteSpace=wrap;" parent="1" vertex="1">
                    <mxGeometry x="2520" y="1120" width="240" height="120" as="geometry"/>
                </mxCell>
                <mxCell id="112" value="" style="endArrow=open;startArrow=circlePlus;endFill=0;startFill=0;endSize=8;html=1;" parent="1" source="102" target="101" edge="1">
                    <mxGeometry width="160" relative="1" as="geometry">
                        <mxPoint x="650" y="1450" as="sourcePoint"/>
                        <mxPoint x="810" y="1450" as="targetPoint"/>
                    </mxGeometry>
                </mxCell>
                <mxCell id="114" value="" style="endArrow=open;startArrow=circlePlus;endFill=0;startFill=0;endSize=8;html=1;" parent="1" source="99" target="98" edge="1">
                    <mxGeometry width="160" relative="1" as="geometry">
                        <mxPoint x="2170" y="1450" as="sourcePoint"/>
                        <mxPoint x="2330" y="1450" as="targetPoint"/>
                    </mxGeometry>
                </mxCell>
-                 <mxCell id="116" value="&lt;span style=&quot;color: rgb(63, 63, 63); font-weight: 400;&quot;&gt;GetCategoriesResponse&lt;/span&gt;" style="swimlane;fontStyle=1;align=center;verticalAlign=top;childLayout=stackLayout;horizontal=1;startSize=26;horizontalStack=0;resizeParent=1;resizeParentMax=0;resizeLast=0;collapsible=1;marginBottom=0;whiteSpace=wrap;html=1;" parent="1" vertex="1">
+                 <mxCell id="116" value="GetCategoryResponce" style="swimlane;fontStyle=1;align=center;verticalAlign=top;childLayout=stackLayout;horizontal=1;startSize=26;horizontalStack=0;resizeParent=1;resizeParentMax=0;resizeLast=0;collapsible=1;marginBottom=0;whiteSpace=wrap;html=1;" parent="1" vertex="1">
                    <mxGeometry x="-210" y="1330" width="260" height="60" as="geometry"/>
                </mxCell>
                <mxCell id="117" value="&lt;span style=&quot;color: rgb(63, 63, 63);&quot;&gt;+Categories: List&amp;lt;categoriesItem&amp;gt;&amp;nbsp;&lt;/span&gt;" style="text;strokeColor=none;fillColor=none;align=left;verticalAlign=top;spacingLeft=4;spacingRight=4;overflow=hidden;rotatable=0;points=[[0,0.5],[1,0.5]];portConstraint=eastwest;whiteSpace=wrap;html=1;" parent="116" vertex="1">
                    <mxGeometry y="26" width="260" height="26" as="geometry"/>
                </mxCell>
                <mxCell id="118" value="" style="line;strokeWidth=1;fillColor=none;align=left;verticalAlign=middle;spacingTop=-1;spacingLeft=3;spacingRight=3;rotatable=0;labelPosition=right;points=[];portConstraint=eastwest;strokeColor=inherit;" parent="116" vertex="1">
                    <mxGeometry y="52" width="260" height="8" as="geometry"/>
                </mxCell>
                <mxCell id="120" value="&lt;p style=&quot;margin:0px;margin-top:4px;text-align:center;&quot;&gt;&lt;span style=&quot;color: rgb(63, 63, 63);&quot;&gt;&lt;b&gt;CategoriesItem&lt;/b&gt;&lt;/span&gt;&lt;/p&gt;&lt;hr size=&quot;1&quot; style=&quot;border-style:solid;&quot;&gt;&lt;p style=&quot;margin:0px;margin-left:4px;&quot;&gt;&lt;/p&gt;&lt;p style=&quot;margin:0px;margin-left:4px;&quot;&gt;&lt;/p&gt;+CategoryUuid:string&lt;div&gt;&lt;font color=&quot;#000000&quot;&gt;+CategoryId:string&lt;br&gt;&lt;/font&gt;&lt;div&gt;+Name : string&amp;nbsp;&lt;/div&gt;&lt;/div&gt;" style="verticalAlign=top;align=left;overflow=fill;html=1;whiteSpace=wrap;" parent="1" vertex="1">
                    <mxGeometry x="-220" y="1460" width="210" height="120" as="geometry"/>
                </mxCell>
                <mxCell id="121" value="" style="endArrow=open;startArrow=circlePlus;endFill=0;startFill=0;endSize=8;html=1;exitX=0.5;exitY=0;exitDx=0;exitDy=0;" parent="1" source="120" edge="1">
                    <mxGeometry width="160" relative="1" as="geometry">
                        <mxPoint x="630" y="1460" as="sourcePoint"/>
                        <mxPoint x="-115" y="1390" as="targetPoint"/>
                    </mxGeometry>
                </mxCell>
            </root>
        </mxGraphModel>
    </diagram>
</mxfile>